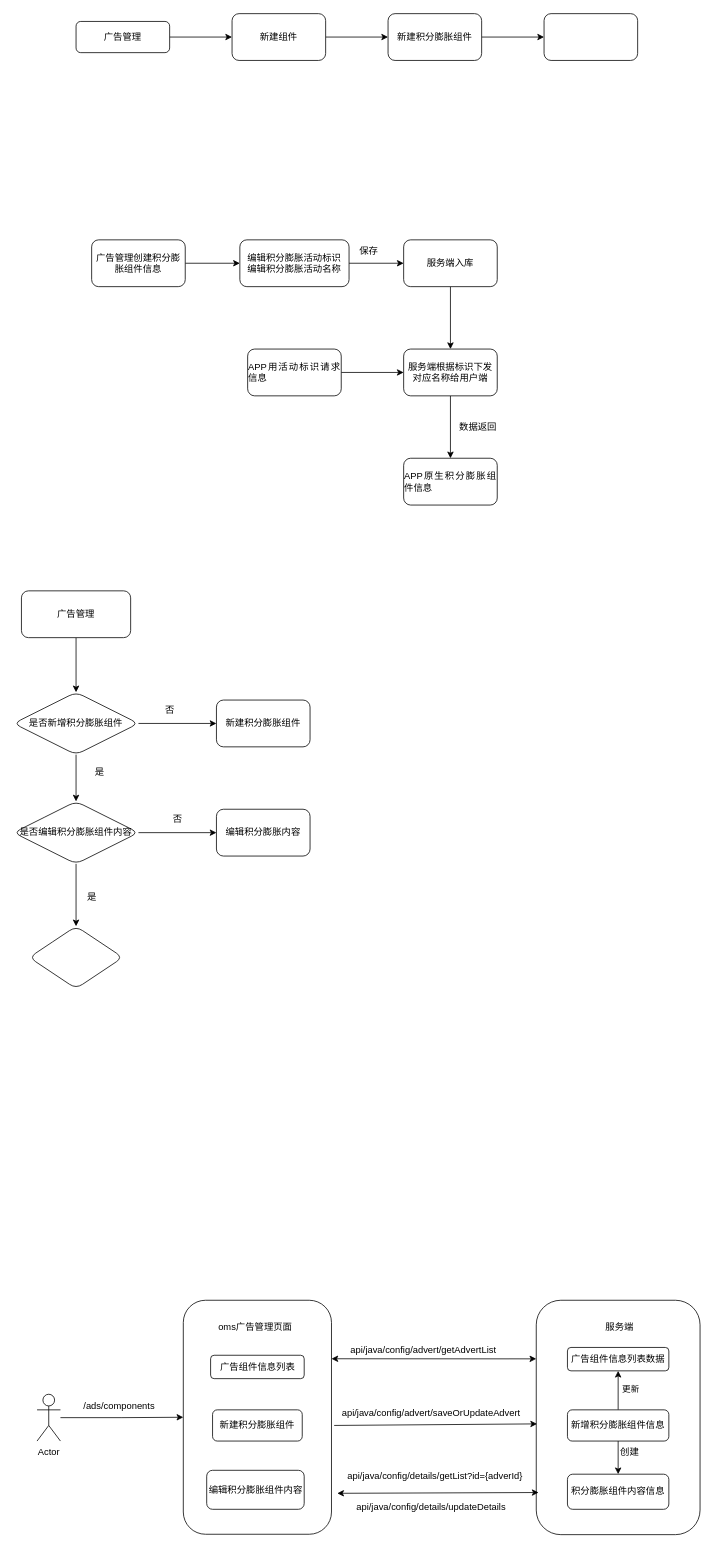
Before: 广告管理积分膨胀.drawio in BwinYang/bwinyang, a draw.io diagram. Source tidied: cells renumbered, new cells numbered last; positions are measured from the earlier drawing's top-left corner, leaving out a move shared by most shapes. Both pictures are drawn from the tidied source at 78%, with x=0, y=0 at pixel (13, 13).
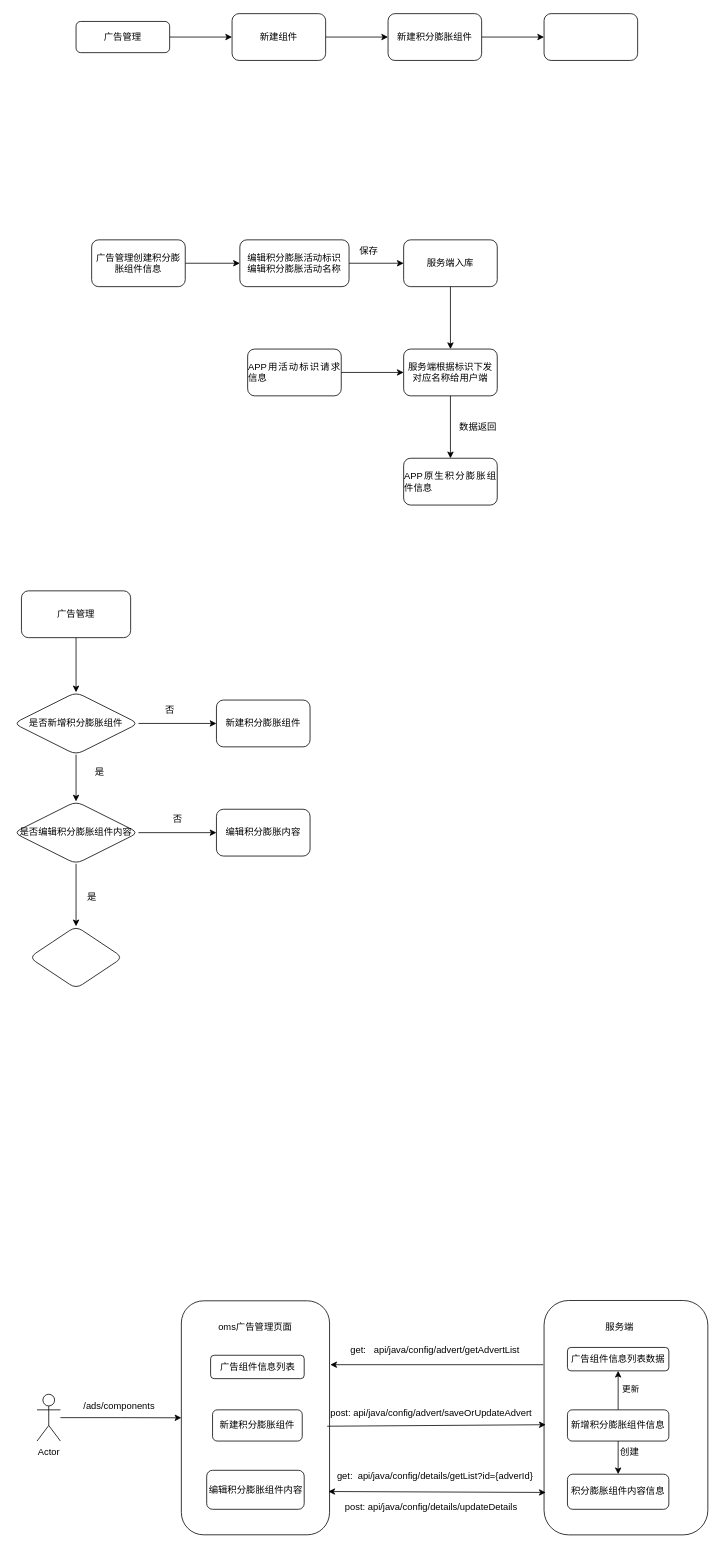
After the change.

Commit message:
更新广告管理积分膨胀.drawio

The edit, as a diff of the source:
```diff
@@
     <mxCell id="37" style="rounded=1;whiteSpace=wrap;html=1;" parent="1" vertex="1">
-      <mxGeometry x="217.5" y="1649.5" width="190" height="300" as="geometry" />
+      <mxGeometry x="215" y="1650.2" width="190" height="300" as="geometry" />
     </mxCell>
     <mxCell id="38" style="rounded=1;whiteSpace=wrap;html=1;" parent="1" vertex="1">
-      <mxGeometry x="670" y="1649.5" width="210" height="300.5" as="geometry" />
+      <mxGeometry x="680" y="1649.8" width="210" height="300.5" as="geometry" />
     </mxCell>
@@
-    <mxCell id="47" value="api/java/config/advert/saveOrUpdateAdvert" style="text;html=1;align=center;verticalAlign=middle;strokeColor=none;fillColor=none;" parent="1" vertex="1">
-      <mxGeometry x="410" y="1780" width="250" height="30" as="geometry" />
+    <mxCell id="47" value="post: api/java/config/advert/saveOrUpdateAdvert" style="text;html=1;align=center;verticalAlign=middle;strokeColor=none;fillColor=none;" parent="1" vertex="1">
+      <mxGeometry x="395" y="1780" width="280" height="30" as="geometry" />
     </mxCell>
@@
-    <mxCell id="52" value="api/java/config/details/getList?id={adverId}" style="text;html=1;align=center;verticalAlign=middle;points=[];strokeColor=none;fillColor=none;" parent="1" vertex="1">
-      <mxGeometry x="415" y="1860" width="250" height="30" as="geometry" />
+    <mxCell id="52" value="get:&amp;nbsp; api/java/config/details/getList?id={adverId}" style="text;html=1;align=center;verticalAlign=middle;points=[];strokeColor=none;fillColor=none;" parent="1" vertex="1">
+      <mxGeometry x="405" y="1860" width="270" height="30" as="geometry" />
     </mxCell>
@@
-    <mxCell id="54" value="api/java/config/details/updateDetails" style="text;html=1;align=center;verticalAlign=middle;strokeColor=none;fillColor=none;" parent="1" vertex="1">
-      <mxGeometry x="430" y="1900" width="210" height="30" as="geometry" />
+    <mxCell id="54" value="post: api/java/config/details/updateDetails" style="text;html=1;align=center;verticalAlign=middle;strokeColor=none;fillColor=none;" parent="1" vertex="1">
+      <mxGeometry x="415" y="1900" width="240" height="30" as="geometry" />
     </mxCell>
@@
-    <mxCell id="56" value="api/java/config/advert/getAdvertList" style="text;html=1;align=center;verticalAlign=middle;strokeColor=none;fillColor=none;" parent="1" vertex="1">
-      <mxGeometry x="420" y="1699" width="210" height="30" as="geometry" />
+    <mxCell id="56" value="get:&amp;nbsp; &amp;nbsp;api/java/config/advert/getAdvertList" style="text;html=1;align=center;verticalAlign=middle;strokeColor=none;fillColor=none;" parent="1" vertex="1">
+      <mxGeometry x="420" y="1699" width="240" height="30" as="geometry" />
     </mxCell>
@@
-    <mxCell id="58" style="endArrow=classic;startArrow=classic;html=1;rounded=0;entryX=1.032;entryY=1.2;entryDx=0;entryDy=0;entryPerimeter=0;exitX=1.039;exitY=0.825;exitDx=0;exitDy=0;exitPerimeter=0;" parent="1" edge="1" source="37" target="52">
+    <mxCell id="58" style="endArrow=classic;startArrow=classic;html=1;rounded=0;entryX=0.01;entryY=0.819;entryDx=0;entryDy=0;entryPerimeter=0;exitX=0.992;exitY=0.815;exitDx=0;exitDy=0;exitPerimeter=0;" parent="1" edge="1" source="37" target="38">
       <mxGeometry relative="1" as="geometry" />
     </mxCell>
-    <mxCell id="59" style="endArrow=classic;html=1;rounded=0;exitX=1.018;exitY=0.535;exitDx=0;exitDy=0;exitPerimeter=0;" parent="1" edge="1" source="37">
-      <mxGeometry relative="1" as="geometry">
-        <mxPoint x="671" y="1808" as="targetPoint" />
-      </mxGeometry>
+    <mxCell id="59" style="endArrow=classic;html=1;rounded=0;exitX=0.984;exitY=0.536;exitDx=0;exitDy=0;exitPerimeter=0;entryX=0.01;entryY=0.53;entryDx=0;entryDy=0;entryPerimeter=0;" parent="1" edge="1" source="37" target="38">
+      <mxGeometry relative="1" as="geometry" />
     </mxCell>
-    <mxCell id="60" style="endArrow=classic;startArrow=classic;html=1;rounded=0;entryX=0;entryY=0.25;entryDx=0;entryDy=0;exitX=1;exitY=0.25;exitDx=0;exitDy=0;" parent="1" edge="1" source="37" target="38">
-      <mxGeometry relative="1" as="geometry" />
-    </mxCell>
+    <mxCell id="61" style="endArrow=classic;html=1;rounded=0;entryX=1.005;entryY=0.273;entryDx=0;entryDy=0;entryPerimeter=0;exitX=-0.005;exitY=0.274;exitDx=0;exitDy=0;exitPerimeter=0;" parent="1" edge="1" source="38" target="37">
+      <mxGeometry relative="1" as="geometry" />
+    </mxCell>
```
